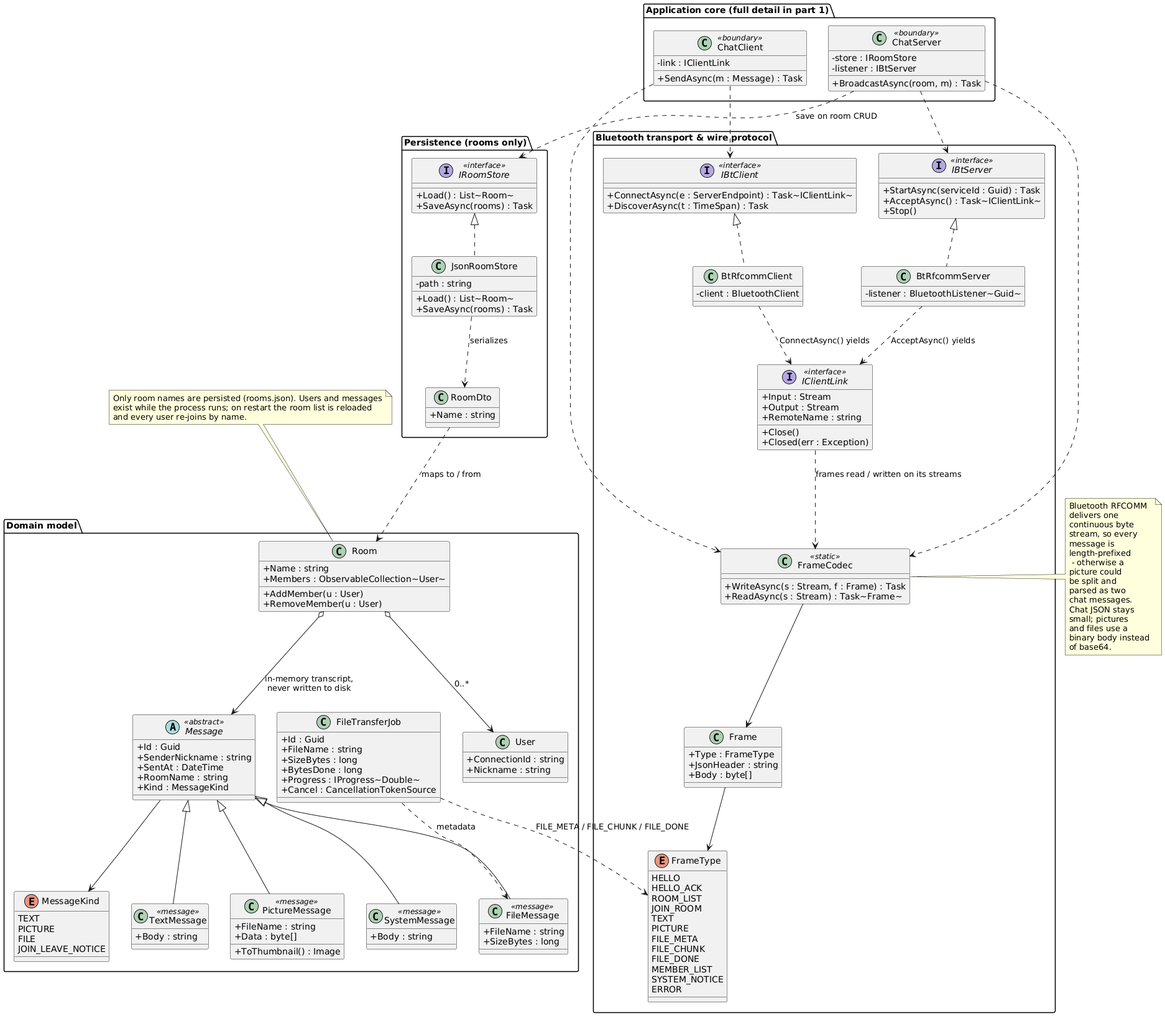
Before: docs/umls/png/03-class-domain-transport.png, a diagram exported from PlantUML (fiefdx/Lantern).
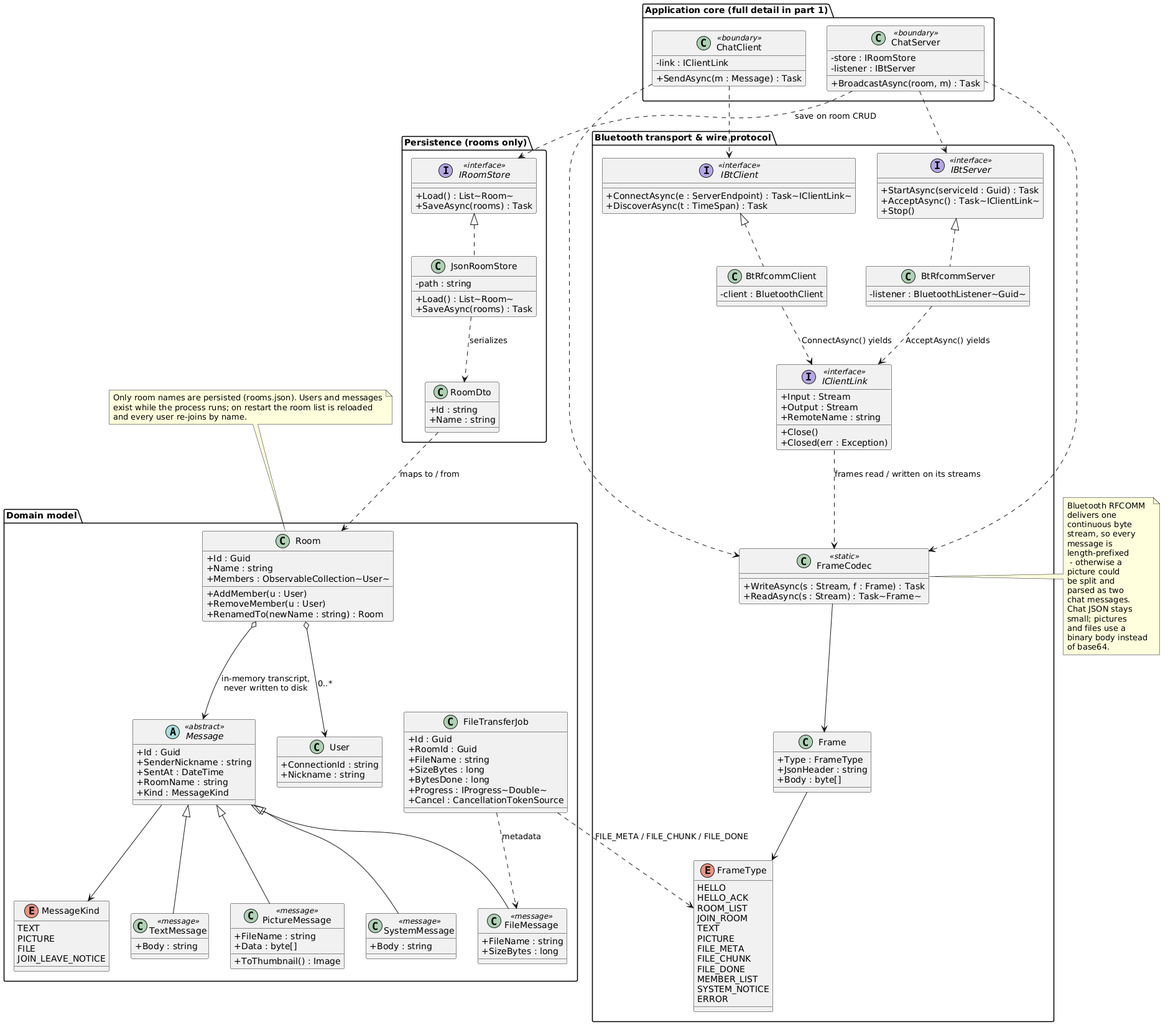
After the change.

Diff of the diagram source:
```diff
@@ -34,10 +34,12 @@
   }
 
   class Room {
+    + Id : Guid
     + Name : string
     + Members : ObservableCollection~User~
     + AddMember(u : User)
     + RemoveMember(u : User)
+    + RenamedTo(newName : string) : Room
   }
 
   class User {
@@ -47,6 +49,7 @@
 
   class FileTransferJob {
     + Id : Guid
+    + RoomId : Guid
     + FileName : string
     + SizeBytes : long
     + BytesDone : long
@@ -66,6 +69,7 @@
     + SaveAsync(rooms) : Task
   }
   class RoomDto {
+    + Id : string
     + Name : string
   }
 }
```
